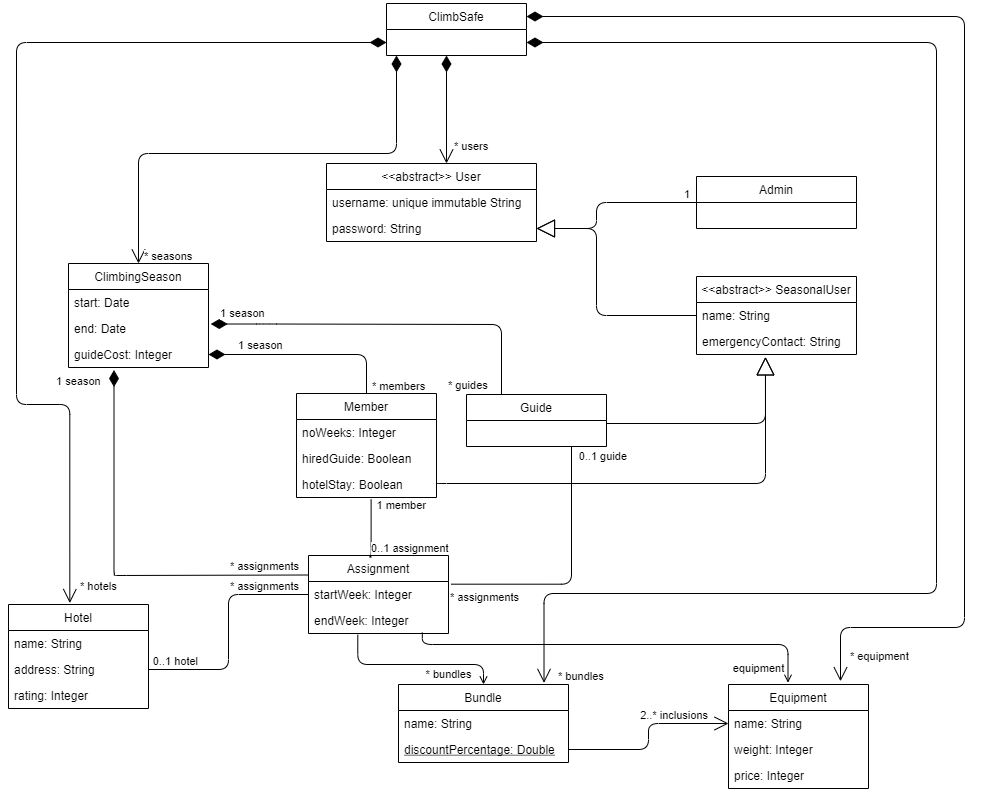
The draw.io diagram docs/domain_model.png in F2021-ECSE223/ecse223-group-project-p5, before a commit. Source tidied: cells renumbered, new cells last; positions are measured from the earlier drawing's top-left corner, leaving out a move shared by most shapes.
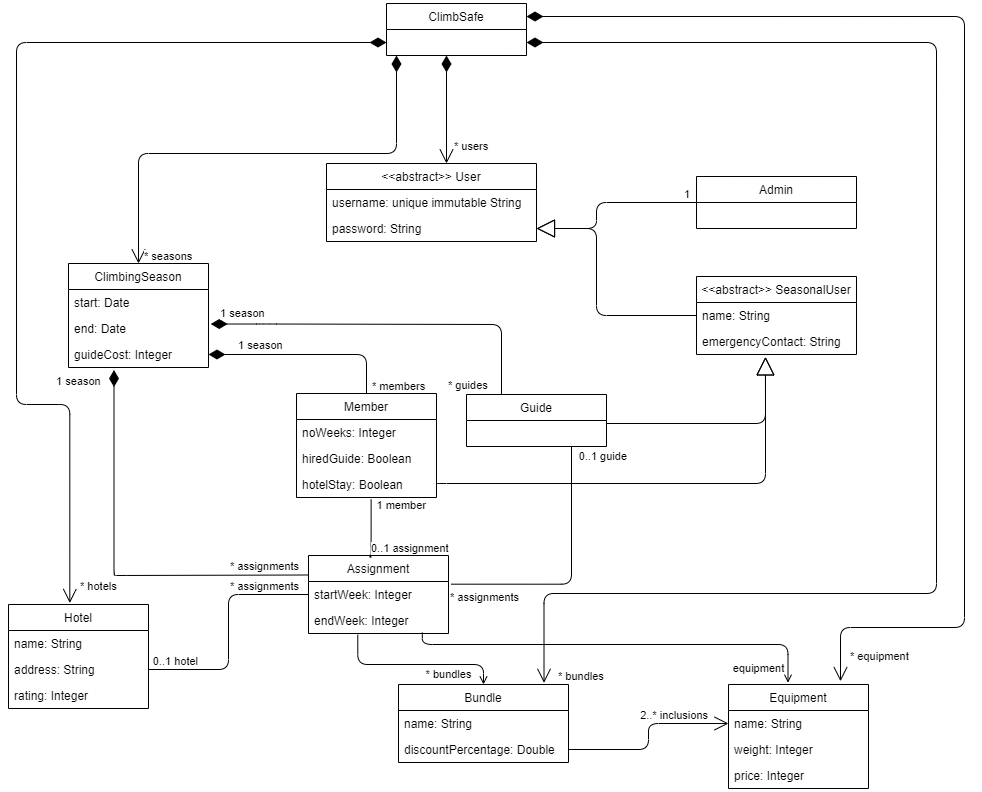
The same file after the commit.

What changed in the source:
```diff
@@ -83,7 +83,7 @@
     <mxCell id="28" value="name: String" style="text;strokeColor=none;fillColor=none;align=left;verticalAlign=top;spacingLeft=4;spacingRight=4;overflow=hidden;labelBackgroundColor=default;" parent="27" vertex="1">
       <mxGeometry y="26" width="170" height="26" as="geometry" />
     </mxCell>
-    <mxCell id="29" value="discountPercentage: Double" style="text;strokeColor=none;fillColor=none;align=left;verticalAlign=top;spacingLeft=4;spacingRight=4;overflow=hidden;points=[[0,0.5],[1,0.5]];portConstraint=eastwest;fontStyle=4;labelBackgroundColor=default;" parent="27" vertex="1">
+    <mxCell id="29" value="discountPercentage: Double" style="text;strokeColor=none;fillColor=none;align=left;verticalAlign=top;spacingLeft=4;spacingRight=4;overflow=hidden;points=[[0,0.5],[1,0.5]];portConstraint=eastwest;fontStyle=0;labelBackgroundColor=default;" parent="27" vertex="1">
       <mxGeometry y="52" width="170" height="26" as="geometry" />
     </mxCell>
     <mxCell id="30" style="endArrow=open;html=1;endSize=12;startArrow=diamondThin;startSize=14;startFill=1;edgeStyle=orthogonalEdgeStyle;align=left;verticalAlign=bottom;entryX=0.5;entryY=0;entryDx=0;entryDy=0;labelBackgroundColor=default;" parent="1" edge="1" target="3">
```
